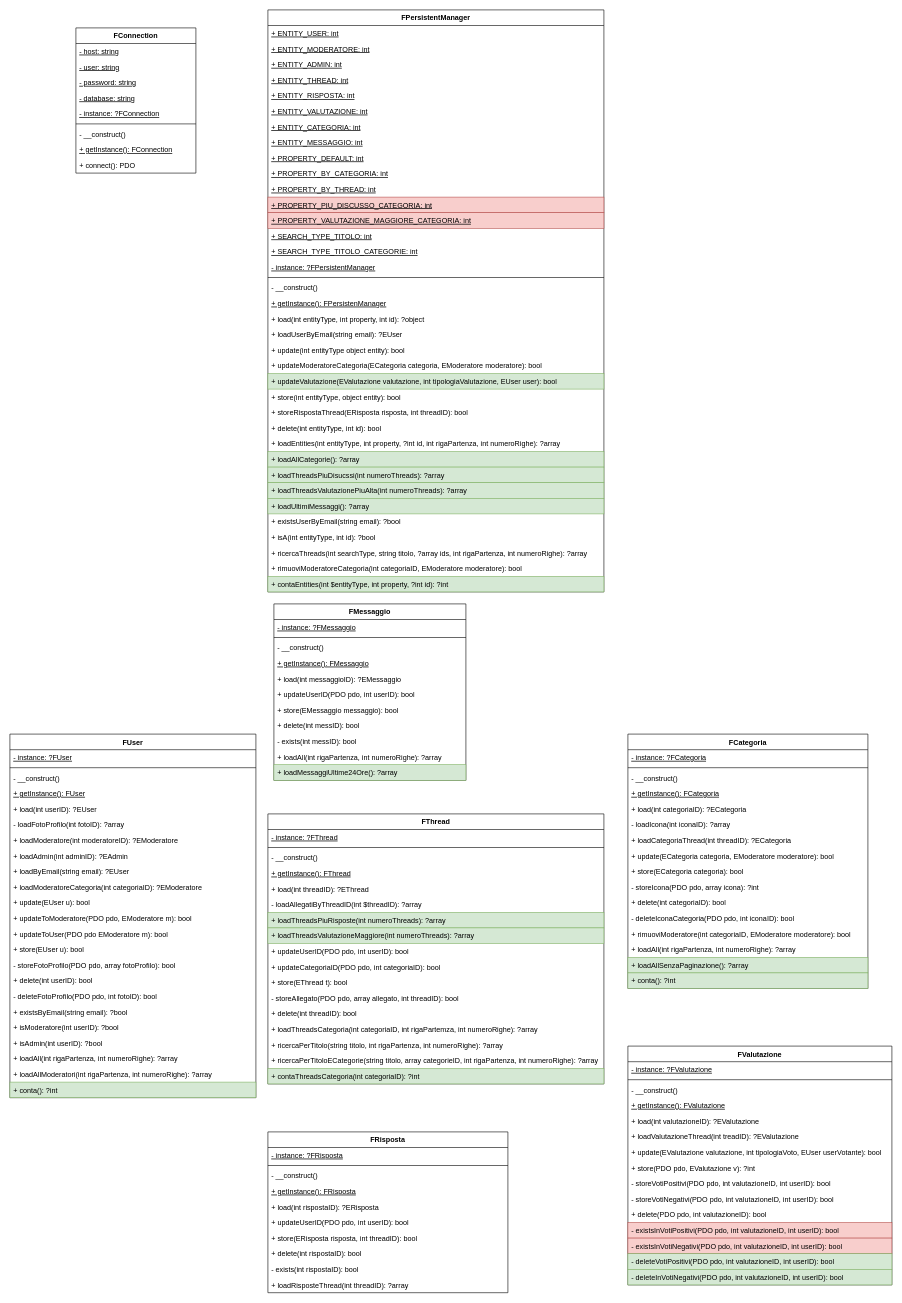
Before: Diagrammi/UML Fondation 2.drawio in EdoPan/UniChat, a draw.io diagram. Source tidied: cells renumbered, new cells numbered last; positions are measured from the earlier drawing's top-left corner, leaving out a move shared by most shapes. Both pictures are drawn from the tidied source at 60%, with x=0, y=0 at pixel (10, 10).
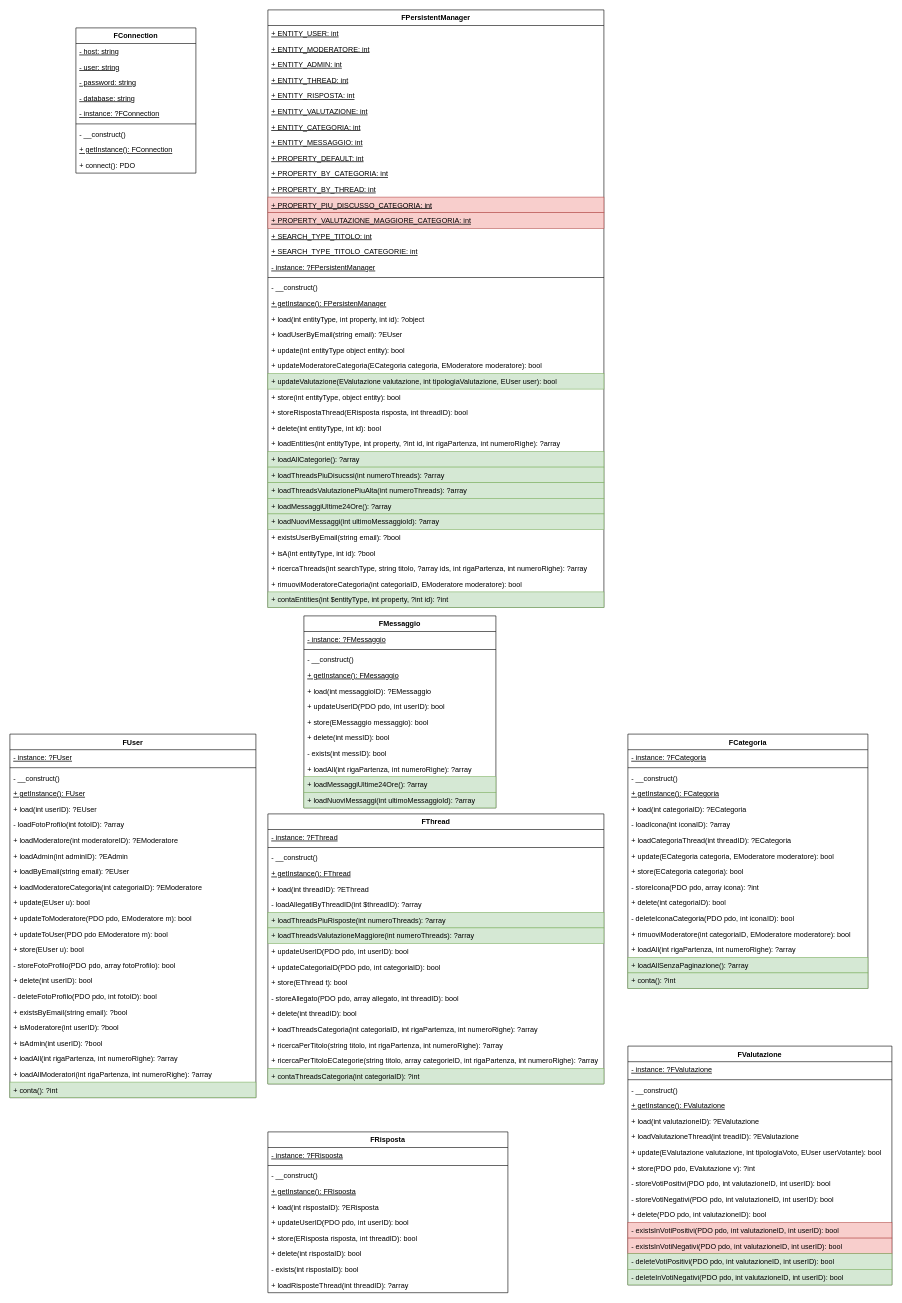
The same diagram, later.

The edit, as a diff of the source:
```diff
@@
     <mxCell id="12" value="FPersistentManager" style="swimlane;fontStyle=1;align=center;verticalAlign=top;horizontal=1;startSize=26;" parent="1" vertex="1">
-      <mxGeometry x="430" width="560" height="970" as="geometry" />
+      <mxGeometry x="430" width="560" height="996" as="geometry" />
     </mxCell>
@@
-    <mxCell id="44" value="+ loadUltimiMessaggi(): ?array" style="text;strokeColor=#82b366;fillColor=#d5e8d4;align=left;verticalAlign=top;spacingLeft=4;spacingRight=4;overflow=hidden;" parent="12" vertex="1">
-      <mxGeometry y="814" width="560" height="26" as="geometry" />
-    </mxCell>
+    <mxCell id="148" value="+ loadMessaggiUltime24Ore(): ?array" style="text;strokeColor=#82b366;fillColor=#d5e8d4;align=left;verticalAlign=top;spacingLeft=4;spacingRight=4;overflow=hidden;" parent="12" vertex="1">
+      <mxGeometry y="814" width="560" height="26" as="geometry" />
+    </mxCell>
+    <mxCell id="149" value="+ loadNuoviMessaggi(int ultimoMessaggioId): ?array" style="text;strokeColor=#82b366;fillColor=#d5e8d4;align=left;verticalAlign=top;spacingLeft=4;spacingRight=4;overflow=hidden;" parent="12" vertex="1">
+      <mxGeometry y="840" width="560" height="26" as="geometry" />
+    </mxCell>
     <mxCell id="45" value="+ existsUserByEmail(string email): ?bool" style="text;strokeColor=none;fillColor=none;align=left;verticalAlign=top;spacingLeft=4;spacingRight=4;overflow=hidden;" parent="12" vertex="1">
-      <mxGeometry y="840" width="560" height="26" as="geometry" />
+      <mxGeometry y="866" width="560" height="26" as="geometry" />
     </mxCell>
     <mxCell id="46" value="+ isA(int entityType, int id): ?bool" style="text;strokeColor=none;fillColor=none;align=left;verticalAlign=top;spacingLeft=4;spacingRight=4;overflow=hidden;" parent="12" vertex="1">
-      <mxGeometry y="866" width="560" height="26" as="geometry" />
+      <mxGeometry y="892" width="560" height="26" as="geometry" />
     </mxCell>
     <mxCell id="47" value="+ ricercaThreads(int searchType, string titolo, ?array ids, int rigaPartenza, int numeroRighe): ?array" style="text;strokeColor=none;fillColor=none;align=left;verticalAlign=top;spacingLeft=4;spacingRight=4;overflow=hidden;" parent="12" vertex="1">
-      <mxGeometry y="892" width="560" height="26" as="geometry" />
+      <mxGeometry y="918" width="560" height="26" as="geometry" />
     </mxCell>
     <mxCell id="48" value="+ rimuoviModeratoreCategoria(int categoriaID, EModeratore moderatore): bool" style="text;strokeColor=none;fillColor=none;align=left;verticalAlign=top;spacingLeft=4;spacingRight=4;overflow=hidden;" parent="12" vertex="1">
-      <mxGeometry y="918" width="560" height="26" as="geometry" />
+      <mxGeometry y="944" width="560" height="26" as="geometry" />
     </mxCell>
     <mxCell id="49" value="+ contaEntities(int $entityType, int property, ?int id): ?int" style="text;strokeColor=#82b366;fillColor=#d5e8d4;align=left;verticalAlign=top;spacingLeft=4;spacingRight=4;overflow=hidden;" parent="12" vertex="1">
-      <mxGeometry y="944" width="560" height="26" as="geometry" />
+      <mxGeometry y="970" width="560" height="26" as="geometry" />
     </mxCell>
@@
     <mxCell id="74" value="FMessaggio" style="swimlane;fontStyle=1;align=center;verticalAlign=top;horizontal=1;startSize=26;" parent="1" vertex="1">
-      <mxGeometry x="440" y="990" width="320" height="294" as="geometry" />
+      <mxGeometry x="490" y="1010" width="320" height="320" as="geometry" />
     </mxCell>
@@
+    <mxCell id="150" value="+ loadNuoviMessaggi(int ultimoMessaggioId): ?array" style="text;strokeColor=#82b366;fillColor=#d5e8d4;align=left;verticalAlign=top;spacingLeft=4;spacingRight=4;overflow=hidden;" parent="74" vertex="1">
+      <mxGeometry y="294" width="320" height="26" as="geometry" />
+    </mxCell>
```
